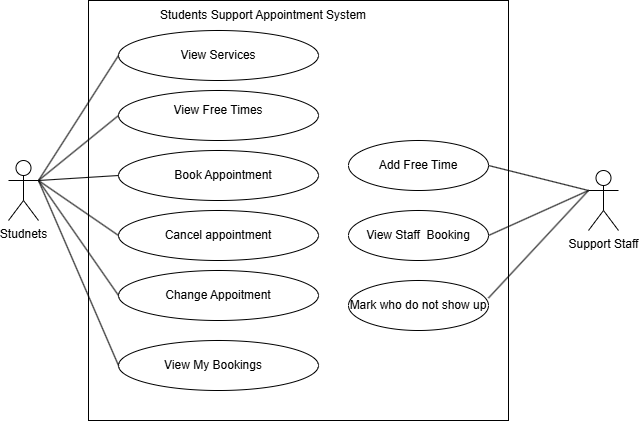
Earlier version of the draw.io export project/diagrams/use-case.png (erinbaftijarii05-cell/requirements-engineering-project). Source tidied: cells renumbered, new cells last; positions are measured from the earlier drawing's top-left corner, leaving out a move shared by most shapes.
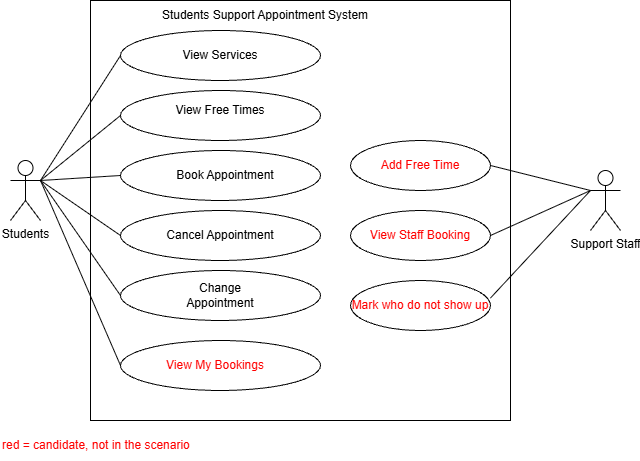
After the change.

Commit message:
marked candidate parts red on my diagrams

anything not in the scenario has to be marked candidate on the diagrams so i made them red and put a key on and fixed a few typos too and made the class names singular

What changed in the source:
```diff
@@ -2,7 +2,7 @@
   <root>
     <mxCell id="0" />
     <mxCell id="1" parent="0" />
-    <mxCell id="2" value="Studnets" style="shape=umlActor;verticalLabelPosition=bottom;verticalAlign=top;html=1;labelPerimeter=1;" parent="1" vertex="1">
+    <mxCell id="2" value="Students" style="shape=umlActor;verticalLabelPosition=bottom;verticalAlign=top;html=1;labelPerimeter=1;" parent="1" vertex="1">
       <mxGeometry y="160" width="30" height="60" as="geometry" />
     </mxCell>
     <mxCell id="3" style="whiteSpace=wrap;html=1;" parent="1" vertex="1">
@@ -38,13 +38,13 @@
     <mxCell id="13" value="Book Appointment" style="text;html=1;whiteSpace=wrap;strokeColor=none;fillColor=none;align=center;verticalAlign=middle;rounded=0;" parent="1" vertex="1">
       <mxGeometry x="165" y="160" width="100" height="30" as="geometry" />
     </mxCell>
-    <mxCell id="14" value="Cancel appointment" style="text;html=1;whiteSpace=wrap;strokeColor=none;fillColor=none;align=center;verticalAlign=middle;rounded=0;" parent="1" vertex="1">
+    <mxCell id="14" value="Cancel Appointment" style="text;html=1;whiteSpace=wrap;strokeColor=none;fillColor=none;align=center;verticalAlign=middle;rounded=0;" parent="1" vertex="1">
       <mxGeometry x="155" y="220" width="110" height="30" as="geometry" />
     </mxCell>
-    <mxCell id="15" value="Change Appoitment" style="text;html=1;whiteSpace=wrap;strokeColor=none;fillColor=none;align=center;verticalAlign=middle;rounded=0;" parent="1" vertex="1">
+    <mxCell id="15" value="Change Appointment" style="text;html=1;whiteSpace=wrap;strokeColor=none;fillColor=none;align=center;verticalAlign=middle;rounded=0;" parent="1" vertex="1">
       <mxGeometry x="155" y="280" width="110" height="30" as="geometry" />
     </mxCell>
-    <mxCell id="16" value="View My Bookings" style="text;html=1;whiteSpace=wrap;strokeColor=none;fillColor=none;align=center;verticalAlign=middle;rounded=0;" parent="1" vertex="1">
+    <mxCell id="16" value="View My Bookings" style="text;html=1;whiteSpace=wrap;strokeColor=none;fillColor=none;align=center;verticalAlign=middle;rounded=0;fontColor=#FF0000;" parent="1" vertex="1">
       <mxGeometry x="155" y="350" width="100" height="30" as="geometry" />
     </mxCell>
     <mxCell id="17" style="endArrow=none;html=1;rounded=0;defaultLabelBackgroundColor=gap;entryX=0;entryY=0.5;entryDx=0;entryDy=0;" parent="1" edge="1" target="5">
@@ -89,13 +89,13 @@
     <mxCell id="26" value="Support Staff" style="shape=umlActor;verticalLabelPosition=bottom;verticalAlign=top;html=1;labelPerimeter=1;" parent="1" vertex="1">
       <mxGeometry x="580" y="170" width="30" height="60" as="geometry" />
     </mxCell>
-    <mxCell id="27" value="Add Free Time" style="text;html=1;whiteSpace=wrap;strokeColor=none;fillColor=none;align=center;verticalAlign=middle;rounded=0;" parent="1" vertex="1">
+    <mxCell id="27" value="Add Free Time" style="text;html=1;whiteSpace=wrap;strokeColor=none;fillColor=none;align=center;verticalAlign=middle;rounded=0;fontColor=#FF0000;" parent="1" vertex="1">
       <mxGeometry x="365" y="150" width="90" height="30" as="geometry" />
     </mxCell>
-    <mxCell id="28" value="View Staff&amp;nbsp; Booking" style="text;html=1;whiteSpace=wrap;strokeColor=none;fillColor=none;align=center;verticalAlign=middle;rounded=0;" parent="1" vertex="1">
+    <mxCell id="28" value="View Staff Booking" style="text;html=1;whiteSpace=wrap;strokeColor=none;fillColor=none;align=center;verticalAlign=middle;rounded=0;fontColor=#FF0000;" parent="1" vertex="1">
       <mxGeometry x="355" y="220" width="110" height="30" as="geometry" />
     </mxCell>
-    <mxCell id="29" value="Mark who do not show up" style="text;html=1;whiteSpace=wrap;strokeColor=none;fillColor=none;align=center;verticalAlign=middle;rounded=0;" parent="1" vertex="1">
+    <mxCell id="29" value="Mark who do not show up" style="text;html=1;whiteSpace=wrap;strokeColor=none;fillColor=none;align=center;verticalAlign=middle;rounded=0;fontColor=#FF0000;" parent="1" vertex="1">
       <mxGeometry x="340" y="290" width="140" height="30" as="geometry" />
     </mxCell>
     <mxCell id="30" style="endArrow=none;html=1;rounded=0;defaultLabelBackgroundColor=gap;entryX=1;entryY=0.5;entryDx=0;entryDy=0;" parent="1" edge="1" target="23">
@@ -113,5 +113,8 @@
         <mxPoint x="580" y="190" as="sourcePoint" />
       </mxGeometry>
     </mxCell>
+    <mxCell id="33" value="red = candidate, not in the scenario" style="text;html=1;strokeColor=none;fillColor=none;align=left;verticalAlign=middle;fontColor=#FF0000;" parent="1" vertex="1">
+      <mxGeometry x="-10" y="430" width="260" height="30" as="geometry" />
+    </mxCell>
   </root>
 </mxGraphModel>
```
